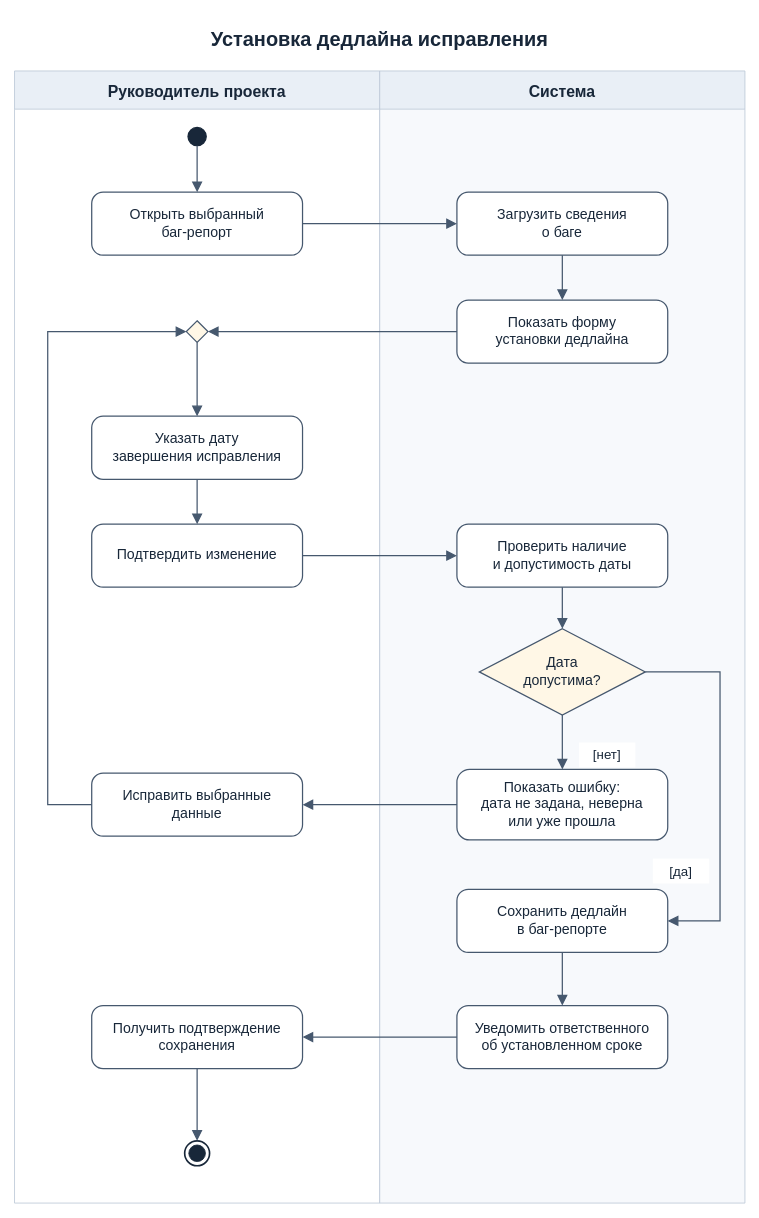
Above: page "3. Установить дедлайн" (3 of 9) of Диаграммы активности.drawio in PrinceOfRaven/Bag-report-system (draw.io), before the change. Source tidied: cells renumbered, new cells numbered last; positions are measured from the earlier drawing's top-left corner, leaving out a move shared by most shapes. Both pictures are drawn from the tidied source at 83%, with x=0, y=0 at pixel (14, 14).
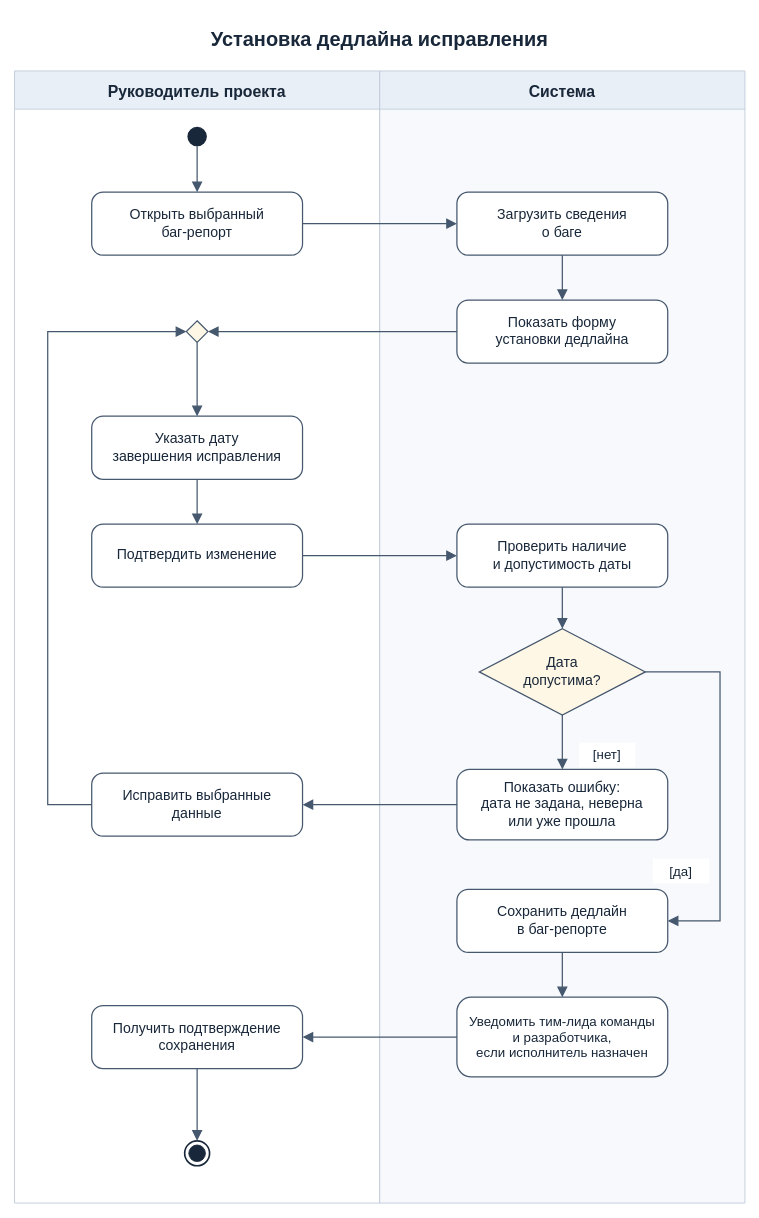
The same page after the edit.

Commit message (it also covers changes not shown here):
тим лид назначает разраба из своей команды на конкретный баг-репорт

The change refers to these unchanged cells:
```xml
<mxCell id="13" value="Система" style="swimlane;horizontal=1;startSize=46;rounded=0;html=0;fillColor=#E9EFF6;swimlaneFillColor=#F7F9FC;strokeColor=#BCC8D6;fontFamily=Arial;fontSize=19;fontStyle=1;fontColor=#182739;" parent="1" vertex="1">
  <mxGeometry x="440" y="68" width="440" height="1364" as="geometry" />
</mxCell>
```

Diff of the diagram source:
```diff
@@
-    <mxCell id="20" value="Уведомить ответственного&#10;об установленном сроке" style="html=0;whiteSpace=wrap;fontFamily=Arial;fontSize=17;fontColor=#182739;strokeColor=#46586E;strokeWidth=1.5;rounded=1;arcSize=18;fillColor=#FFFFFF;align=center;verticalAlign=middle;spacing=9;" parent="13" vertex="1">
-      <mxGeometry x="93" y="1126" width="254" height="76" as="geometry" />
+    <mxCell id="20" value="Уведомить тим-лида команды&#10;и разработчика,&#10;если исполнитель назначен" style="html=0;whiteSpace=wrap;fontFamily=Arial;fontSize=16;fontColor=#182739;strokeColor=#46586E;strokeWidth=1.5;rounded=1;arcSize=18;fillColor=#FFFFFF;align=center;verticalAlign=middle;spacing=9;" parent="13" vertex="1">
+      <mxGeometry x="93" y="1116" width="254" height="96" as="geometry" />
     </mxCell>
```
